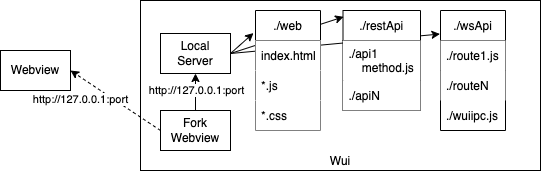
Above: architecture.drawio.png in boblund/JS-Wui (draw.io), before the change. Source tidied: cells renumbered, new cells last; positions are measured from the earlier drawing's top-left corner, leaving out a move shared by most shapes.
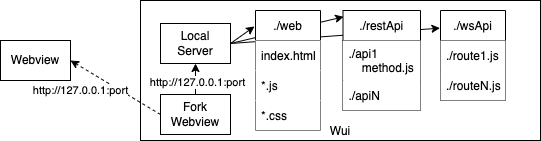
The same diagram one commit later.

Diff of the diagram source:
```diff
@@ -3,33 +3,30 @@
     <mxCell id="0" />
     <mxCell id="1" parent="0" />
     <mxCell id="2" value="Wui" style="rounded=0;whiteSpace=wrap;html=1;verticalAlign=bottom;" parent="1" vertex="1">
-      <mxGeometry x="140" width="400" height="170" as="geometry" />
+      <mxGeometry x="140" width="400" height="140" as="geometry" />
     </mxCell>
     <mxCell id="3" value="Webview" style="rounded=0;whiteSpace=wrap;html=1;" parent="1" vertex="1">
-      <mxGeometry y="50" width="70" height="40" as="geometry" />
+      <mxGeometry y="40" width="70" height="40" as="geometry" />
     </mxCell>
     <mxCell id="4" value="Fork&lt;br&gt;Webview" style="rounded=0;whiteSpace=wrap;html=1;" parent="1" vertex="1">
-      <mxGeometry x="160" y="110" width="70" height="40" as="geometry" />
+      <mxGeometry x="160" y="94" width="70" height="40" as="geometry" />
     </mxCell>
     <mxCell id="5" value="Local&lt;br&gt;Server" style="rounded=0;whiteSpace=wrap;html=1;" parent="1" vertex="1">
-      <mxGeometry x="160" y="33" width="70" height="40" as="geometry" />
+      <mxGeometry x="160" y="23" width="70" height="40" as="geometry" />
     </mxCell>
     <mxCell id="6" value="./wsApi" style="swimlane;fontStyle=0;horizontal=1;startSize=30;" parent="1" vertex="1">
-      <mxGeometry x="440" y="10" width="65" height="120" as="geometry" />
+      <mxGeometry x="440" y="10" width="65" height="90" as="geometry" />
     </mxCell>
     <mxCell id="7" value="./route1.js" style="text;strokeColor=none;fillColor=default;align=left;verticalAlign=middle;spacingLeft=4;spacingRight=4;overflow=hidden;" parent="6" vertex="1">
       <mxGeometry y="30" width="65" height="30" as="geometry" />
     </mxCell>
-    <mxCell id="8" value="./routeN" style="text;strokeColor=none;fillColor=default;align=left;verticalAlign=middle;spacingLeft=4;spacingRight=4;overflow=hidden;" parent="6" vertex="1">
-      <mxGeometry y="60" width="65" height="30" as="geometry" />
-    </mxCell>
-    <mxCell id="9" value="./wuiipc.js" style="text;strokeColor=none;fillColor=none;align=left;verticalAlign=middle;spacingLeft=4;spacingRight=4;overflow=hidden;" parent="6" vertex="1">
-      <mxGeometry y="90" width="65" height="30" as="geometry" />
-    </mxCell>
+    <mxCell id="25" value="./routeN.js" style="text;strokeColor=none;fillColor=default;align=left;verticalAlign=middle;spacingLeft=4;spacingRight=4;overflow=hidden;" parent="6" vertex="1">
+      <mxGeometry y="60" width="65" height="30" as="geometry" />
+    </mxCell>
     <mxCell id="10" style="endArrow=classic;html=1;rounded=0;entryX=-0.008;entryY=0.196;entryDx=0;entryDy=0;entryPerimeter=0;exitX=1;exitY=0.5;exitDx=0;exitDy=0;startArrow=none;" parent="1" edge="1" source="5" target="6">
       <mxGeometry relative="1" as="geometry" />
     </mxCell>
-    <mxCell id="11" style="endArrow=classic;html=1;rounded=0;exitX=1;exitY=0.5;exitDx=0;exitDy=0;entryX=-0.031;entryY=0.188;entryDx=0;entryDy=0;entryPerimeter=0;" parent="1" edge="1" source="5" target="19">
+    <mxCell id="11" style="endArrow=classic;html=1;rounded=0;exitX=1;exitY=0.5;exitDx=0;exitDy=0;entryX=-0.015;entryY=0.133;entryDx=0;entryDy=0;entryPerimeter=0;" parent="1" edge="1" source="5" target="19">
       <mxGeometry relative="1" as="geometry" />
     </mxCell>
     <mxCell id="12" style="endArrow=classic;html=1;rounded=0;exitX=0;exitY=0.5;exitDx=0;exitDy=0;entryX=1;entryY=0.5;entryDx=0;entryDy=0;dashed=1;" parent="1" edge="1" source="4" target="3">
@@ -38,11 +35,11 @@
     <mxCell id="13" value="&lt;span style=&quot;color: rgba(0, 0, 0, 0); font-family: monospace; font-size: 0px; text-align: start; background-color: rgb(248, 249, 250);&quot;&gt;%3CmxGraphModel%3E%3Croot%3E%3CmxCell%20id%3D%220%22%2F%3E%3CmxCell%20id%3D%221%22%20parent%3D%220%22%2F%3E%3CmxCell%20id%3D%222%22%20value%3D%22http%3A%2F%2F127.0.0.1%3Aport%22%20style%3D%22edgeLabel%3Bhtml%3D1%3Balign%3Dcenter%3BverticalAlign%3Dmiddle%3Bresizable%3D0%3Bpoints%3D%5B%5D%3B%22%20vertex%3D%221%22%20connectable%3D%220%22%20parent%3D%221%22%3E%3CmxGeometry%20x%3D%22356%22%20y%3D%22219.66666666666663%22%20as%3D%22geometry%22%2F%3E%3C%2FmxCell%3E%3C%2Froot%3E%3C%2FmxGraphModel%3E&lt;/span&gt;" style="edgeLabel;html=1;align=center;verticalAlign=middle;" parent="12" vertex="1">
       <mxGeometry y="-1" relative="1" as="geometry" />
     </mxCell>
-    <mxCell id="14" value="http://127.0.0.1:port" style="edgeLabel;html=1;align=center;verticalAlign=middle;" parent="12" vertex="1">
-      <mxGeometry x="0.05" relative="1" as="geometry">
-        <mxPoint x="-33" as="offset" />
-      </mxGeometry>
-    </mxCell>
+    <mxCell id="26" value="http://127.0.0.1:port" style="edgeLabel;html=1;align=center;verticalAlign=middle;" parent="12" vertex="1">
+      <mxGeometry x="0.05" relative="1" as="geometry">
+        <mxPoint x="-33" y="4" as="offset" />
+      </mxGeometry>
+    </mxCell>
     <mxCell id="15" value="./restApi" style="swimlane;fontStyle=0;horizontal=1;startSize=30;" parent="1" vertex="1">
       <mxGeometry x="342.5" y="10" width="77.5" height="100" as="geometry" />
     </mxCell>
@@ -70,10 +67,10 @@
     <mxCell id="23" style="endArrow=none;html=1;rounded=0;exitX=0.5;exitY=1;exitDx=0;exitDy=0;entryX=0.5;entryY=0;entryDx=0;entryDy=0;startArrow=classic;startFill=1;endFill=0;" parent="1" edge="1" source="5" target="4">
       <mxGeometry relative="1" as="geometry" />
     </mxCell>
-    <mxCell id="24" value="http://127.0.0.1:port" style="edgeLabel;html=1;align=center;verticalAlign=middle;" parent="23" vertex="1">
-      <mxGeometry x="-0.22" y="1" relative="1" as="geometry">
-        <mxPoint y="2" as="offset" />
-      </mxGeometry>
-    </mxCell>
+    <mxCell id="27" value="http://127.0.0.1:port" style="edgeLabel;html=1;align=center;verticalAlign=middle;" parent="23" vertex="1">
+      <mxGeometry x="-0.22" y="1" relative="1" as="geometry">
+        <mxPoint y="6" as="offset" />
+      </mxGeometry>
+    </mxCell>
   </root>
 </mxGraphModel>
```
